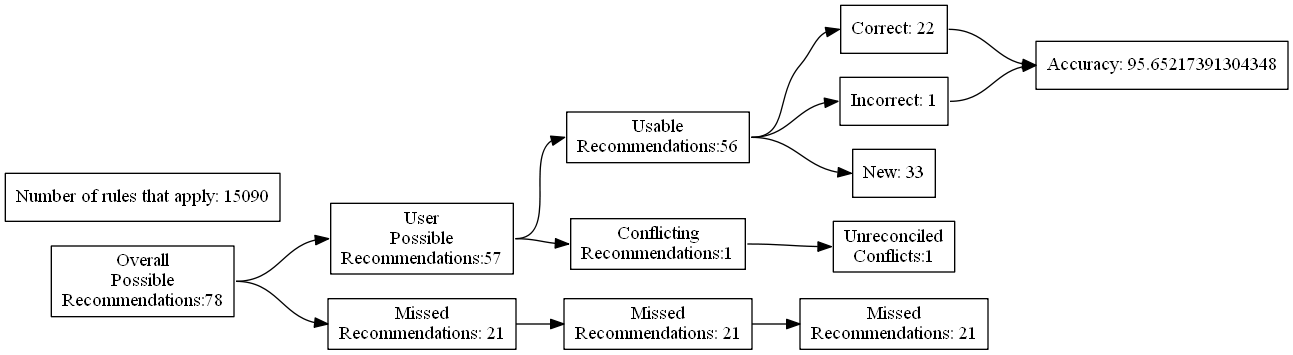
Before: test_renders/102.gv.png, a diagram exported from Graphviz (ZaxR/ibd_diet_analysis). Its source is kept beside it as test_renders/102.gv.
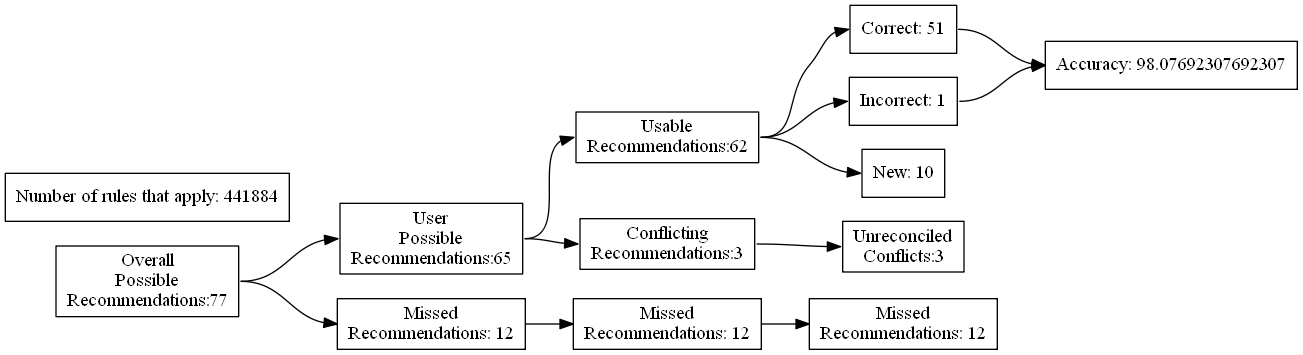
The same diagram one commit later.

The edit, as a diff of the source:
```diff
@@ -4,27 +4,27 @@
 	edge [headport=w tailport=e]
 		A [label="Overall
 Possible
-Recommendations:78"]
+Recommendations:77"]
 		B [label="User
 Possible
-Recommendations:57"]
+Recommendations:65"]
 		C [label="Missed
-Recommendations: 21"]
+Recommendations: 12"]
 		D [label="Usable
-Recommendations:56"]
+Recommendations:62"]
 		E [label="Conflicting
-Recommendations:1"]
+Recommendations:3"]
 		J [label="Missed
-Recommendations: 21"]
+Recommendations: 12"]
 		M [label="Unreconciled
-Conflicts:1"]
-		F [label="Correct: 22"]
+Conflicts:3"]
+		F [label="Correct: 51"]
 		G [label="Incorrect: 1"]
-		H [label="New: 33"]
+		H [label="New: 10"]
 		K [label="Missed
-Recommendations: 21"]
-		I [label="Accuracy: 95.65217391304348"]
-		l [label="Number of rules that apply: 15090"]
+Recommendations: 12"]
+		I [label="Accuracy: 98.07692307692307"]
+		l [label="Number of rules that apply: 441884"]
 			A -> B
 			A -> C
 			B -> D
```
